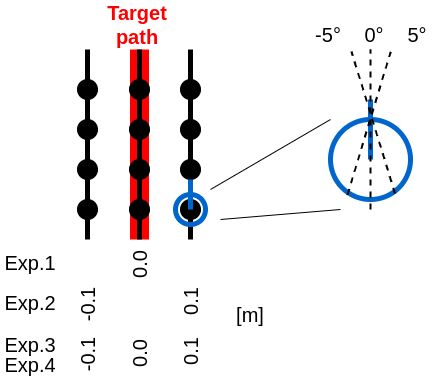
Earlier version of the draw.io export img/collect2.png (YuukiTakahashi4690/rmdformat2022). Source tidied: cells renumbered, new cells last; positions are measured from the earlier drawing's top-left corner, leaving out a move shared by most shapes.
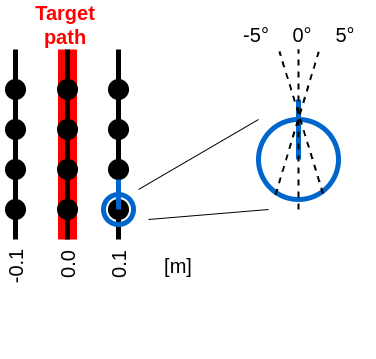
The same diagram one commit later.

Change to the diagram source:
```diff
@@ -12,10 +12,10 @@
       <mxGeometry x="107" width="60" height="30" as="geometry" />
     </mxCell>
     <mxCell id="4" value="&lt;font color=&quot;#000000&quot;&gt;0.1&lt;br&gt;&lt;/font&gt;" style="text;html=1;strokeColor=none;fillColor=none;align=center;verticalAlign=middle;whiteSpace=wrap;rounded=0;fontSize=20;fontColor=#FF0000;rotation=-90;" parent="1" vertex="1">
-      <mxGeometry x="160" y="277" width="60" height="30" as="geometry" />
+      <mxGeometry x="160" y="240" width="60" height="30" as="geometry" />
     </mxCell>
     <mxCell id="5" value="[m]" style="text;html=1;strokeColor=none;fillColor=none;align=center;verticalAlign=middle;whiteSpace=wrap;rounded=0;fontSize=20;fontColor=#000000;" parent="1" vertex="1">
-      <mxGeometry x="220" y="290" width="60" height="30" as="geometry" />
+      <mxGeometry x="220" y="241" width="60" height="30" as="geometry" />
     </mxCell>
     <mxCell id="6" value="&lt;font color=&quot;#000000&quot;&gt;5°&lt;br&gt;&lt;/font&gt;" style="text;html=1;strokeColor=none;fillColor=none;align=center;verticalAlign=middle;whiteSpace=wrap;rounded=0;fontSize=20;fontColor=#FF0000;rotation=0;" parent="1" vertex="1">
       <mxGeometry x="387" y="10" width="60" height="30" as="geometry" />
@@ -134,31 +134,7 @@
       </mxGeometry>
     </mxCell>
     <mxCell id="37" value="&lt;font color=&quot;#000000&quot;&gt;-0.1&lt;/font&gt;" style="text;html=1;strokeColor=none;fillColor=none;align=center;verticalAlign=middle;whiteSpace=wrap;rounded=0;fontSize=20;fontColor=#FF0000;rotation=-90;" parent="31" vertex="1">
-      <mxGeometry x="-15" y="240" width="60" height="30" as="geometry" />
+      <mxGeometry x="-15" y="202" width="60" height="30" as="geometry" />
     </mxCell>
-    <mxCell id="38" value="&lt;font color=&quot;#000000&quot;&gt;-0.1&lt;/font&gt;" style="text;html=1;strokeColor=none;fillColor=none;align=center;verticalAlign=middle;whiteSpace=wrap;rounded=0;fontSize=20;fontColor=#FF0000;rotation=-90;" parent="31" vertex="1">
-      <mxGeometry x="-15" y="290" width="60" height="30" as="geometry" />
-    </mxCell>
-    <mxCell id="39" style="group;" parent="1" vertex="1">
-      <mxGeometry y="232" width="60" height="128" as="geometry" />
-    </mxCell>
-    <mxCell id="40" value="Exp.1" style="text;html=1;strokeColor=none;fillColor=none;align=center;verticalAlign=middle;whiteSpace=wrap;rounded=0;fontSize=20;fontColor=#000000;" parent="39" vertex="1">
-      <mxGeometry y="6" width="60" height="30" as="geometry" />
-    </mxCell>
-    <mxCell id="41" value="Exp.2" style="text;html=1;strokeColor=none;fillColor=none;align=center;verticalAlign=middle;whiteSpace=wrap;rounded=0;fontSize=20;fontColor=#000000;" parent="39" vertex="1">
-      <mxGeometry y="46" width="60" height="30" as="geometry" />
-    </mxCell>
-    <mxCell id="42" value="Exp.3" style="text;html=1;strokeColor=none;fillColor=none;align=center;verticalAlign=middle;whiteSpace=wrap;rounded=0;fontSize=20;fontColor=#000000;" parent="39" vertex="1">
-      <mxGeometry y="88" width="60" height="30" as="geometry" />
-    </mxCell>
-    <mxCell id="43" value="Exp.4" style="text;html=1;strokeColor=none;fillColor=none;align=center;verticalAlign=middle;whiteSpace=wrap;rounded=0;fontSize=20;fontColor=#000000;" parent="39" vertex="1">
-      <mxGeometry y="108" width="60" height="30" as="geometry" />
-    </mxCell>
-    <mxCell id="44" value="&lt;font color=&quot;#000000&quot;&gt;0.0&lt;br&gt;&lt;/font&gt;" style="text;html=1;strokeColor=none;fillColor=none;align=center;verticalAlign=middle;whiteSpace=wrap;rounded=0;fontSize=20;fontColor=#FF0000;rotation=-90;" parent="1" vertex="1">
-      <mxGeometry x="109" y="329" width="60" height="30" as="geometry" />
-    </mxCell>
-    <mxCell id="45" value="&lt;font color=&quot;#000000&quot;&gt;0.1&lt;br&gt;&lt;/font&gt;" style="text;html=1;strokeColor=none;fillColor=none;align=center;verticalAlign=middle;whiteSpace=wrap;rounded=0;fontSize=20;fontColor=#FF0000;rotation=-90;" parent="1" vertex="1">
-      <mxGeometry x="160" y="327" width="60" height="30" as="geometry" />
-    </mxCell>
   </root>
 </mxGraphModel>
```
